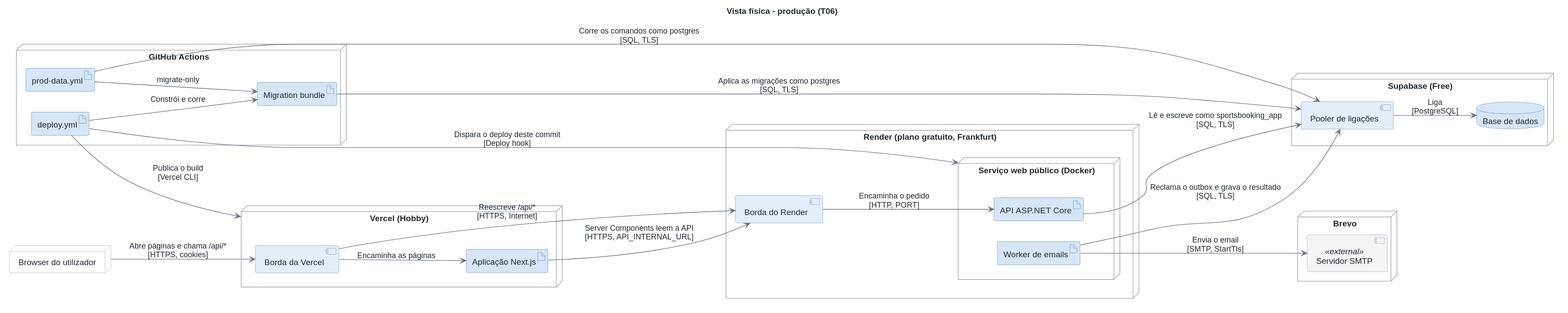
This is docs/architecture/out/physical.svg from rodrigo4sousa/SportsEstablishments, a PlantUML export, as it was before one commit.
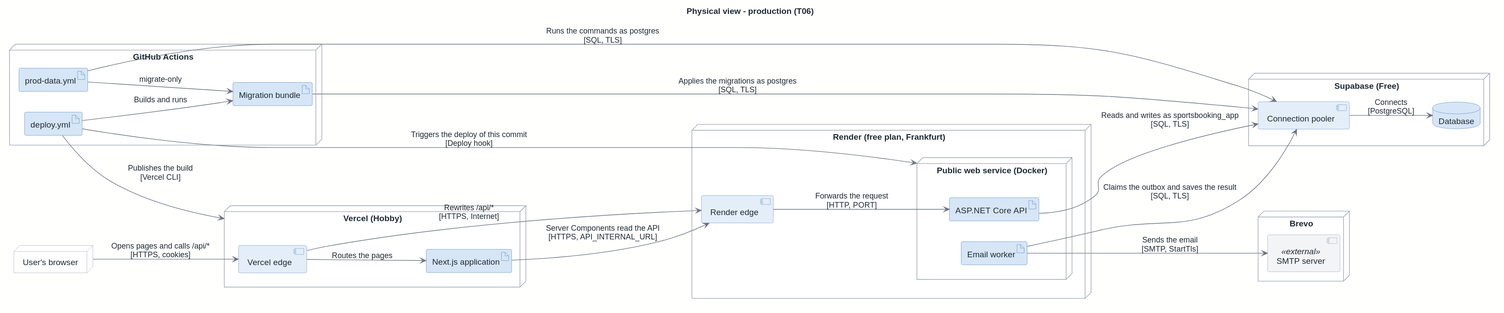
Later version of the same file.

Change to the diagram source:
```diff
@@ -1,31 +1,31 @@
 @startuml
 !include ../style.puml
 
-title Vista física - produção (T06)
+title Physical view - production (T06)
 left to right direction
 
-node "Browser do utilizador" as C_BROWSER
+node "User's browser" as C_BROWSER
 
 node "Vercel (Hobby)" as PL_VERCEL {
-    component "Borda da Vercel" as PL_VERCEL_EDGE
-    artifact "Aplicação Next.js" as C_WEB
+    component "Vercel edge" as PL_VERCEL_EDGE
+    artifact "Next.js application" as C_WEB
 }
 
-node "Render (plano gratuito, Frankfurt)" as PL_RENDER {
-    component "Borda do Render" as PL_RENDER_EDGE
-    node "Serviço web público (Docker)" as PL_RENDER_API {
-        artifact "API ASP.NET Core" as C_API
-        artifact "Worker de emails" as C_WORKER
+node "Render (free plan, Frankfurt)" as PL_RENDER {
+    component "Render edge" as PL_RENDER_EDGE
+    node "Public web service (Docker)" as PL_RENDER_API {
+        artifact "ASP.NET Core API" as C_API
+        artifact "Email worker" as C_WORKER
     }
 }
 
 node "Supabase (Free)" as PL_SUPABASE {
-    component "Pooler de ligações" as PL_SUPAPOOL
-    database "Base de dados" as C_DB
+    component "Connection pooler" as PL_SUPAPOOL
+    database "Database" as C_DB
 }
 
 node "Brevo" as PL_BREVO_NODE {
-    component "Servidor SMTP" <<external>> as PL_BREVO
+    component "SMTP server" <<external>> as PL_BREVO
 }
 
 node "GitHub Actions" as X_GHA {
@@ -34,19 +34,19 @@
     artifact "Migration bundle" as PL_MIGBUNDLE
 }
 
-C_BROWSER --> PL_VERCEL_EDGE : Abre páginas e chama /api/*\n[HTTPS, cookies]
-PL_VERCEL_EDGE --> C_WEB : Encaminha as páginas
-PL_VERCEL_EDGE --> PL_RENDER_EDGE : Reescreve /api/*\n[HTTPS, Internet]
-C_WEB --> PL_RENDER_EDGE : Server Components leem a API\n[HTTPS, API_INTERNAL_URL]
-PL_RENDER_EDGE --> C_API : Encaminha o pedido\n[HTTP, PORT]
-C_API --> PL_SUPAPOOL : Lê e escreve como sportsbooking_app\n[SQL, TLS]
-C_WORKER --> PL_SUPAPOOL : Reclama o outbox e grava o resultado\n[SQL, TLS]
-PL_SUPAPOOL --> C_DB : Liga\n[PostgreSQL]
-C_WORKER --> PL_BREVO : Envia o email\n[SMTP, StartTls]
-PL_DEPLOY --> PL_MIGBUNDLE : Constrói e corre
+C_BROWSER --> PL_VERCEL_EDGE : Opens pages and calls /api/*\n[HTTPS, cookies]
+PL_VERCEL_EDGE --> C_WEB : Routes the pages
+PL_VERCEL_EDGE --> PL_RENDER_EDGE : Rewrites /api/*\n[HTTPS, Internet]
+C_WEB --> PL_RENDER_EDGE : Server Components read the API\n[HTTPS, API_INTERNAL_URL]
+PL_RENDER_EDGE --> C_API : Forwards the request\n[HTTP, PORT]
+C_API --> PL_SUPAPOOL : Reads and writes as sportsbooking_app\n[SQL, TLS]
+C_WORKER --> PL_SUPAPOOL : Claims the outbox and saves the result\n[SQL, TLS]
+PL_SUPAPOOL --> C_DB : Connects\n[PostgreSQL]
+C_WORKER --> PL_BREVO : Sends the email\n[SMTP, StartTls]
+PL_DEPLOY --> PL_MIGBUNDLE : Builds and runs
 PL_PRODDATA --> PL_MIGBUNDLE : migrate-only
-PL_MIGBUNDLE --> PL_SUPAPOOL : Aplica as migrações como postgres\n[SQL, TLS]
-PL_PRODDATA --> PL_SUPAPOOL : Corre os comandos como postgres\n[SQL, TLS]
-PL_DEPLOY --> PL_RENDER_API : Dispara o deploy deste commit\n[Deploy hook]
-PL_DEPLOY --> PL_VERCEL : Publica o build\n[Vercel CLI]
+PL_MIGBUNDLE --> PL_SUPAPOOL : Applies the migrations as postgres\n[SQL, TLS]
+PL_PRODDATA --> PL_SUPAPOOL : Runs the commands as postgres\n[SQL, TLS]
+PL_DEPLOY --> PL_RENDER_API : Triggers the deploy of this commit\n[Deploy hook]
+PL_DEPLOY --> PL_VERCEL : Publishes the build\n[Vercel CLI]
 @enduml
```
